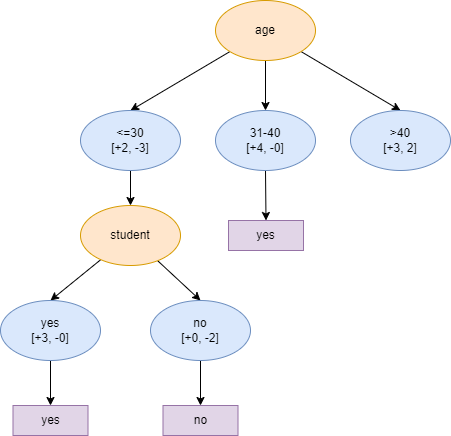
The draw.io diagram materials/Decision Tree/figures/act3_it1.drawio.png in JhunBrian/DS-312, before a commit. Source tidied: cells renumbered, new cells last; positions are measured from the earlier drawing's top-left corner, leaving out a move shared by most shapes.
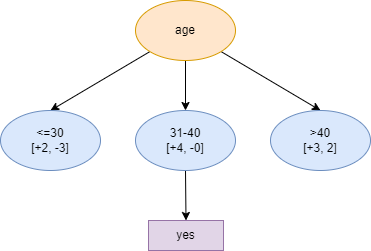
After the commit.

The edit, as a diff of the source:
```diff
@@ -14,9 +14,6 @@
     <mxCell id="5" value="age" style="ellipse;whiteSpace=wrap;html=1;fillColor=#ffe6cc;strokeColor=#d79b00;" parent="1" vertex="1">
       <mxGeometry x="215" width="100" height="60" as="geometry" />
     </mxCell>
-    <mxCell id="6" style="edgeStyle=none;rounded=0;jettySize=auto;html=1;entryX=0.5;entryY=0;entryDx=0;entryDy=0;" parent="1" edge="1" source="7" target="14">
-      <mxGeometry relative="1" as="geometry" />
-    </mxCell>
     <mxCell id="7" value="&amp;lt;=30&lt;br&gt;[+2, -3]" style="ellipse;whiteSpace=wrap;html=1;fillColor=#dae8fc;strokeColor=#6c8ebf;" parent="1" vertex="1">
       <mxGeometry x="80" y="110" width="100" height="60" as="geometry" />
     </mxCell>
@@ -32,32 +29,5 @@
     <mxCell id="11" value="yes" style="rounded=0;whiteSpace=wrap;html=1;fillColor=#e1d5e7;strokeColor=#9673a6;" parent="1" vertex="1">
       <mxGeometry x="228" y="220" width="75" height="30" as="geometry" />
     </mxCell>
-    <mxCell id="12" style="edgeStyle=none;rounded=0;jettySize=auto;html=1;entryX=0.5;entryY=0;entryDx=0;entryDy=0;" parent="1" edge="1" source="14" target="16">
-      <mxGeometry relative="1" as="geometry" />
-    </mxCell>
-    <mxCell id="13" style="edgeStyle=none;rounded=0;jettySize=auto;html=1;entryX=0.5;entryY=0;entryDx=0;entryDy=0;" parent="1" edge="1" source="14" target="18">
-      <mxGeometry relative="1" as="geometry" />
-    </mxCell>
-    <mxCell id="14" value="student" style="ellipse;whiteSpace=wrap;html=1;fillColor=#ffe6cc;strokeColor=#d79b00;" parent="1" vertex="1">
-      <mxGeometry x="80" y="205" width="100" height="60" as="geometry" />
-    </mxCell>
-    <mxCell id="15" style="edgeStyle=none;rounded=0;jettySize=auto;html=1;" parent="1" edge="1" source="16" target="19">
-      <mxGeometry relative="1" as="geometry" />
-    </mxCell>
-    <mxCell id="16" value="yes&lt;br&gt;[+3, -0]" style="ellipse;whiteSpace=wrap;html=1;fillColor=#dae8fc;strokeColor=#6c8ebf;" parent="1" vertex="1">
-      <mxGeometry y="300" width="100" height="60" as="geometry" />
-    </mxCell>
-    <mxCell id="17" style="edgeStyle=none;rounded=0;jettySize=auto;html=1;" parent="1" edge="1" source="18" target="20">
-      <mxGeometry relative="1" as="geometry" />
-    </mxCell>
-    <mxCell id="18" value="no&lt;br&gt;[+0, -2]" style="ellipse;whiteSpace=wrap;html=1;fillColor=#dae8fc;strokeColor=#6c8ebf;" parent="1" vertex="1">
-      <mxGeometry x="150" y="300" width="100" height="60" as="geometry" />
-    </mxCell>
-    <mxCell id="19" value="yes" style="rounded=0;whiteSpace=wrap;html=1;fillColor=#e1d5e7;strokeColor=#9673a6;" parent="1" vertex="1">
-      <mxGeometry x="12.5" y="405" width="75" height="30" as="geometry" />
-    </mxCell>
-    <mxCell id="20" value="no" style="rounded=0;whiteSpace=wrap;html=1;fillColor=#e1d5e7;strokeColor=#9673a6;" parent="1" vertex="1">
-      <mxGeometry x="162.5" y="405" width="75" height="30" as="geometry" />
-    </mxCell>
   </root>
 </mxGraphModel>
```
